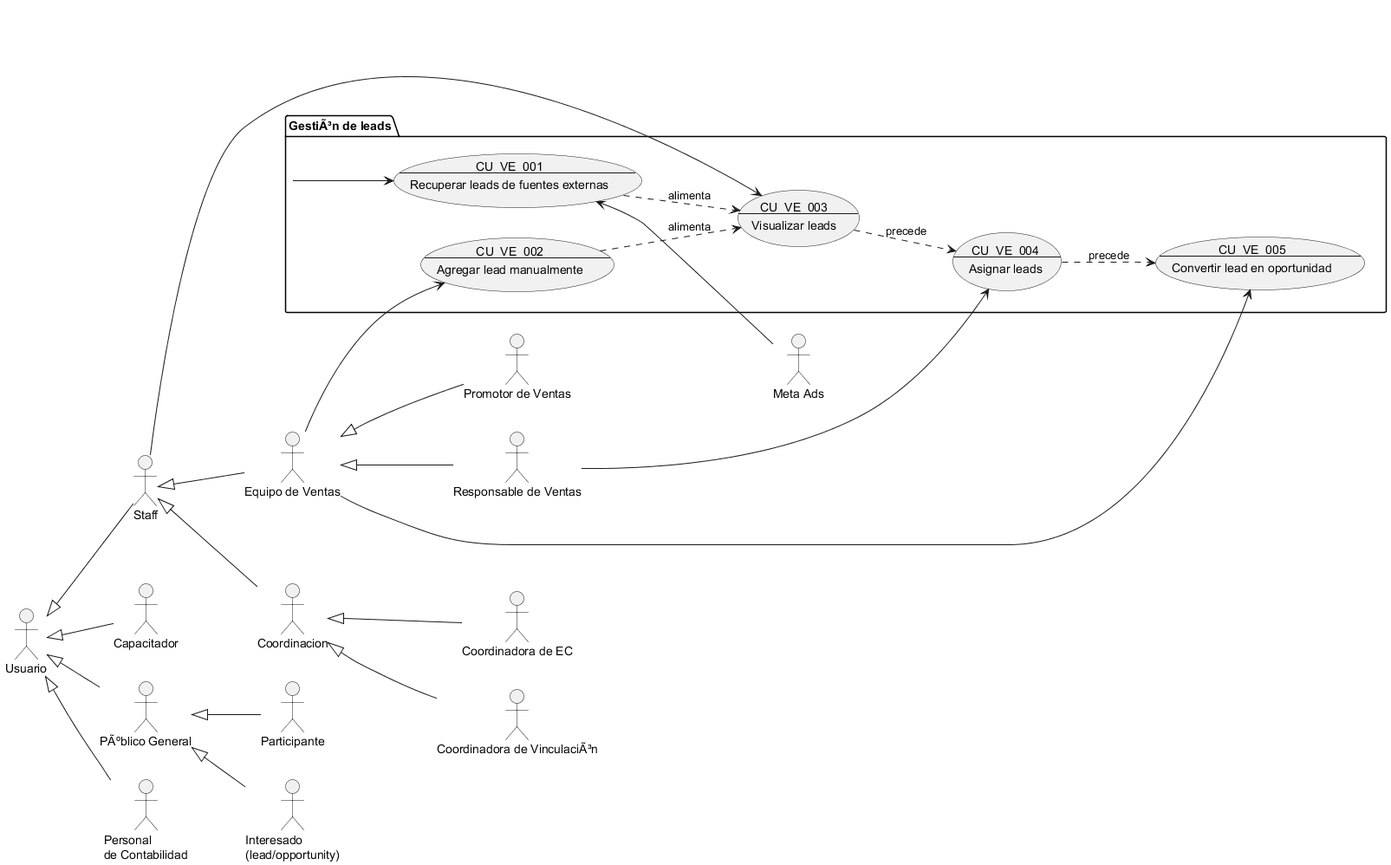
Proyectos-Vinculacion-FMAT/ECFCA keeps this PlantUML diagram as Docs/Requerimientos/Diagramas/img/Gestión de Leads.png. Above is the earlier version.
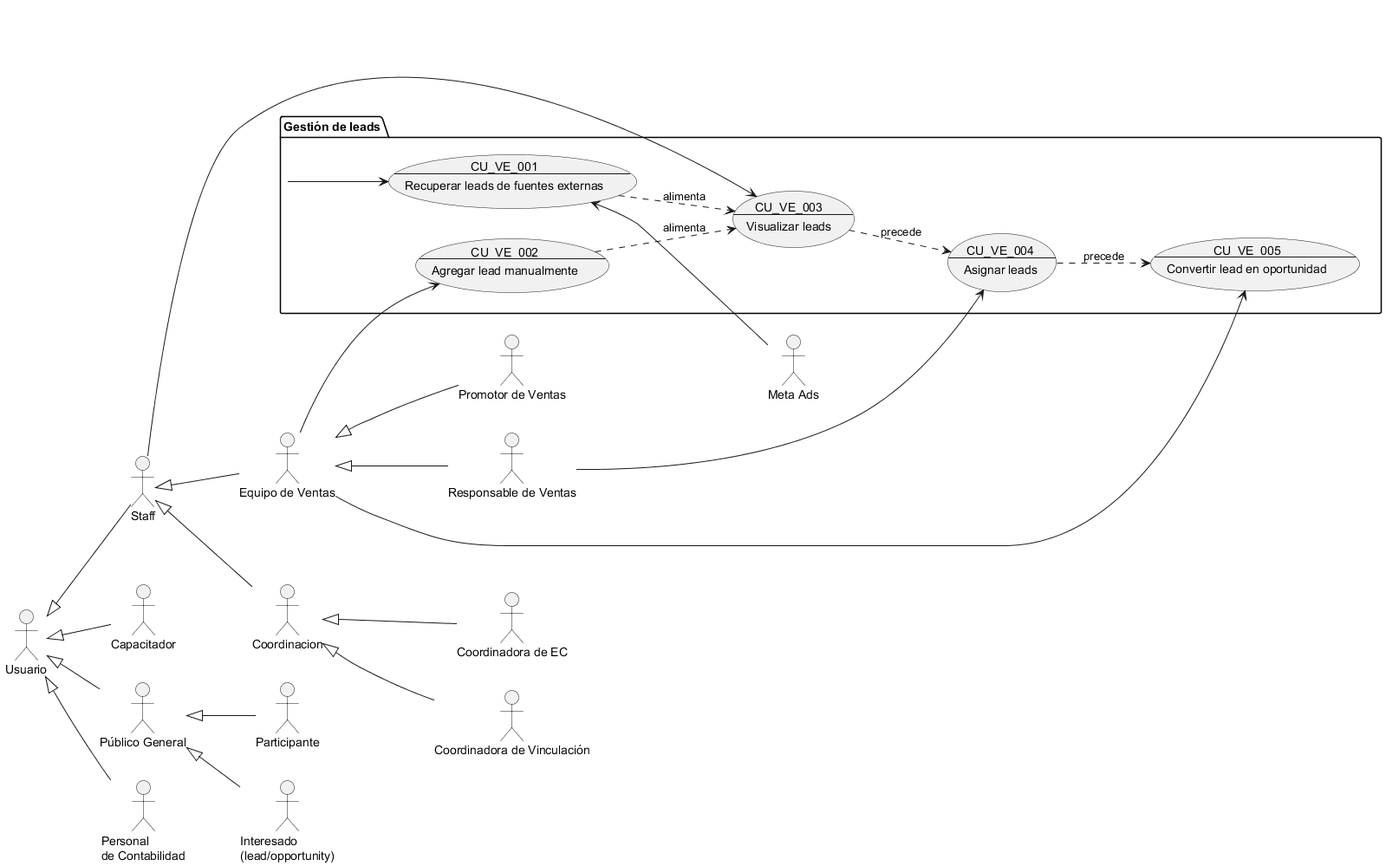
The same diagram one commit later.

Change to the diagram source:
```diff
@@ -1,8 +1,8 @@
-@startuml GestiÃ³n de Leads
+@startuml Gestión de Leads
 
 !include Actores.puml
 
-package "GestiÃ³n de leads" as gestion_leads {
+package "Gestión de leads" as gestion_leads {
     usecase CU_VE_001 as "
     CU_VE_001
     ---
```
